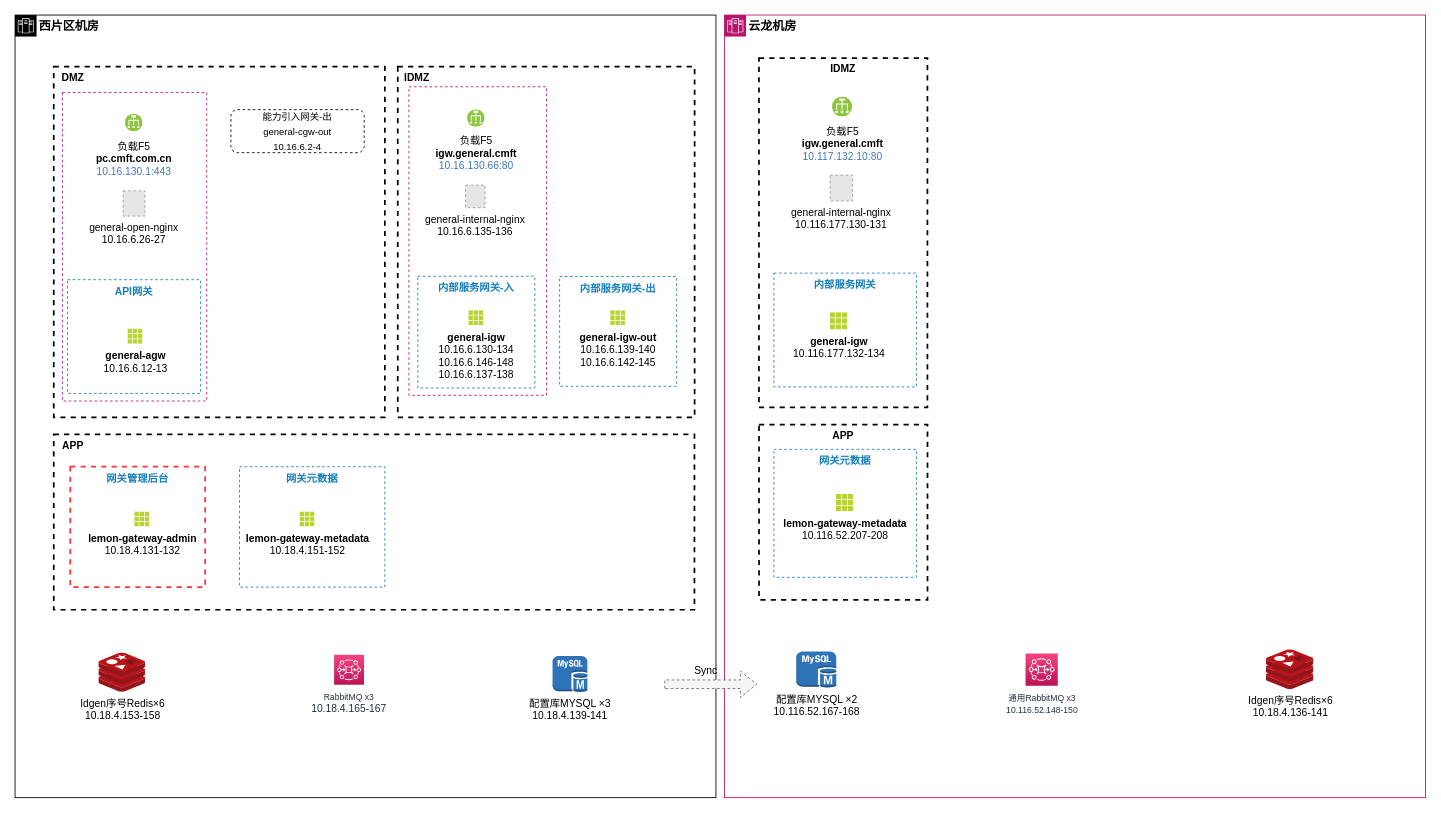
Earlier version of the draw.io diagram page "现状部署图" (1 of 2) of drawio/通用中台网关现状.drawio (hezhuma/image-repo). Source tidied: cells renumbered, new cells numbered last; positions are measured from the earlier drawing's top-left corner, leaving out a move shared by most shapes. Both pictures are drawn from the tidied source at 86%, with x=0, y=0 at pixel (15, 15). Pictures stored in the file or linked from it are replaced by grey dashed boxes.
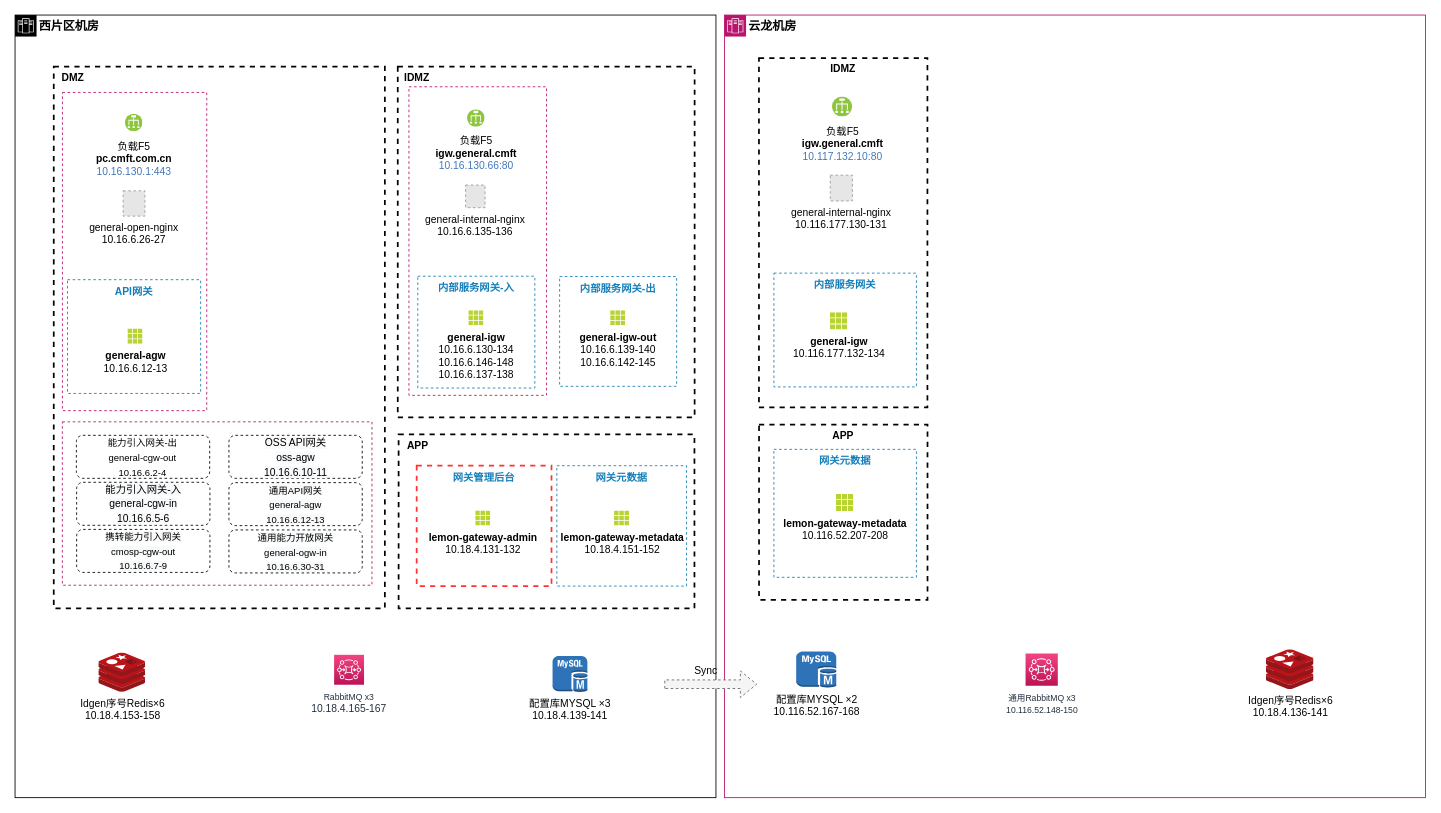
The same diagram, later.

Unchanged cells that the change refers to:
```xml
<mxCell id="2" value="&lt;b&gt;西片区机房&lt;/b&gt;" style="shape=mxgraph.ibm.box;prType=zone;fontStyle=0;verticalAlign=top;align=left;spacingLeft=32;spacingTop=4;rounded=0;whiteSpace=wrap;html=1;strokeWidth=1;dashed=0;spacing=-4;fontSize=14;" parent="1" vertex="1">
  <mxGeometry width="815" height="910" as="geometry" />
</mxCell>
```

Change to the diagram source:
```diff
@@
+    <mxCell id="10" style="fillColor=none;strokeColor=#000000;dashed=1;verticalAlign=top;fontStyle=1;fontColor=#000000;strokeWidth=2;" parent="2" vertex="1">
+      <mxGeometry x="446" y="487.7" width="344" height="202.3" as="geometry" />
+    </mxCell>
+    <mxCell id="18" value="网关元数据" style="fillColor=none;strokeColor=#147EBA;dashed=1;verticalAlign=top;fontStyle=1;fontColor=#147EBA;" parent="2" vertex="1">
+      <mxGeometry x="630" y="524" width="150.8" height="140" as="geometry" />
+    </mxCell>
+    <mxCell id="19" value="网关管理后台" style="fillColor=none;strokeColor=#FF3333;dashed=1;verticalAlign=top;fontStyle=1;fontColor=#147EBA;strokeWidth=2;" parent="2" vertex="1">
+      <mxGeometry x="467" y="524" width="156.8" height="140" as="geometry" />
+    </mxCell>
@@
     <mxCell id="5" style="fillColor=none;strokeColor=#000000;dashed=1;verticalAlign=top;fontStyle=1;fontColor=#000000;strokeWidth=2;" parent="2" vertex="1">
-      <mxGeometry x="45" y="60" width="385" height="407.7" as="geometry" />
+      <mxGeometry x="45" y="60" width="385" height="630" as="geometry" />
     </mxCell>
@@
-    <mxCell id="10" style="fillColor=none;strokeColor=#000000;dashed=1;verticalAlign=top;fontStyle=1;fontColor=#000000;strokeWidth=2;" parent="2" vertex="1">
-      <mxGeometry x="45" y="487.7" width="745" height="203.8" as="geometry" />
-    </mxCell>
     <mxCell id="11" value="&lt;b&gt;APP&lt;/b&gt;" style="text;html=1;strokeColor=none;fillColor=none;align=center;verticalAlign=middle;whiteSpace=wrap;rounded=0;" parent="2" vertex="1">
-      <mxGeometry x="45" y="487.7" width="44.8" height="26.2" as="geometry" />
+      <mxGeometry x="446" y="487.7" width="44.8" height="26.2" as="geometry" />
     </mxCell>
@@
     <mxCell id="16" value="&lt;b&gt;lemon-gateway-metadata&lt;/b&gt;&lt;br&gt;10.18.4.151-152" style="html=1;align=center;image;fontSize=12;image=img/lib/mscae/Grid3x3.svg;dashed=1;strokeColor=#3399FF;strokeWidth=2;" parent="2" vertex="1">
-      <mxGeometry x="331.2" y="577.7" width="17.5" height="17.5" as="geometry" />
+      <mxGeometry x="697" y="576.5" width="17.5" height="17.5" as="geometry" />
     </mxCell>
     <mxCell id="17" value="&lt;b&gt;lemon-gateway-admin&lt;/b&gt;&lt;br&gt;10.18.4.131-132" style="html=1;align=center;image;fontSize=12;image=img/lib/mscae/Grid3x3.svg;dashed=1;strokeColor=#3399FF;strokeWidth=2;" parent="2" vertex="1">
-      <mxGeometry x="139.1" y="577.7" width="17.5" height="17.5" as="geometry" />
+      <mxGeometry x="535.6" y="576.5" width="17.5" height="17.5" as="geometry" />
     </mxCell>
-    <mxCell id="18" value="网关元数据" style="fillColor=none;strokeColor=#147EBA;dashed=1;verticalAlign=top;fontStyle=1;fontColor=#147EBA;" parent="2" vertex="1">
-      <mxGeometry x="261" y="525.2" width="169" height="140" as="geometry" />
-    </mxCell>
-    <mxCell id="19" value="网关管理后台" style="fillColor=none;strokeColor=#FF3333;dashed=1;verticalAlign=top;fontStyle=1;fontColor=#147EBA;strokeWidth=2;" parent="2" vertex="1">
-      <mxGeometry x="64.2" y="525.2" width="156.8" height="140" as="geometry" />
-    </mxCell>
@@
     <mxCell id="27" style="fillColor=none;strokeColor=#b9136c;dashed=1;verticalAlign=top;fontStyle=1;fontColor=#147EBA;" parent="2" vertex="1">
-      <mxGeometry x="55.1" y="90" width="167.8" height="358.8" as="geometry" />
+      <mxGeometry x="55.1" y="90" width="167.8" height="370" as="geometry" />
     </mxCell>
     <mxCell id="28" value="&lt;font style=&quot;font-size: 11px;&quot;&gt;&lt;font style=&quot;font-size: 11px;&quot; color=&quot;#000000&quot;&gt;能力引入网关-出&lt;/font&gt;&lt;font style=&quot;font-size: 11px;&quot; color=&quot;#232f3e&quot;&gt;&lt;br style=&quot;font-size: 11px;&quot;&gt;&lt;/font&gt;&lt;font style=&quot;font-size: 11px;&quot; color=&quot;#000000&quot;&gt;general-cgw-out&lt;br style=&quot;font-size: 11px;&quot;&gt;&lt;/font&gt;&lt;font style=&quot;font-size: 11px;&quot; color=&quot;#000000&quot;&gt;10.16.6.2-4&lt;/font&gt;&lt;/font&gt;&lt;font color=&quot;#000000&quot;&gt;&lt;br&gt;&lt;/font&gt;" style="rounded=1;whiteSpace=wrap;html=1;strokeColor=#000000;fontSize=14;fontColor=#3333FF;dashed=1;" parent="2" vertex="1">
-      <mxGeometry x="251" y="110" width="155" height="50" as="geometry" />
+      <mxGeometry x="71.3" y="488.7" width="155" height="50" as="geometry" />
     </mxCell>
+    <mxCell id="45" value="&lt;font style=&quot;font-size: 12px;&quot;&gt;&lt;font style=&quot;background-color: rgb(248, 249, 250); font-size: 12px;&quot; color=&quot;#000000&quot;&gt;能力引入网关-入&lt;/font&gt;&lt;font style=&quot;background-color: rgb(248, 249, 250); font-size: 12px;&quot; color=&quot;#232f3e&quot;&gt;&lt;br&gt;&lt;/font&gt;&lt;font style=&quot;background-color: rgb(248, 249, 250); font-size: 12px;&quot; color=&quot;#000000&quot;&gt;general-cgw-in&lt;br&gt;&lt;/font&gt;&lt;font style=&quot;background-color: rgb(248, 249, 250); font-size: 12px;&quot; color=&quot;#000000&quot;&gt;10.16.6.5-6&lt;/font&gt;&lt;/font&gt;&lt;font color=&quot;#000000&quot;&gt;&lt;br&gt;&lt;/font&gt;" style="rounded=1;whiteSpace=wrap;html=1;strokeColor=#000000;fontSize=14;fontColor=#3333FF;dashed=1;" parent="2" vertex="1">
+      <mxGeometry x="71.6" y="543.3" width="155" height="50" as="geometry" />
+    </mxCell>
+    <mxCell id="46" value="&lt;font style=&quot;font-size: 11px;&quot;&gt;&lt;font style=&quot;background-color: rgb(248, 249, 250); font-size: 11px;&quot; color=&quot;#000000&quot;&gt;携转能力引入网关&lt;/font&gt;&lt;br style=&quot;background-color: rgb(248, 249, 250); font-size: 11px;&quot;&gt;&lt;font style=&quot;background-color: rgb(248, 249, 250); font-size: 11px;&quot; color=&quot;#000000&quot;&gt;cmosp-cgw-out&lt;br style=&quot;font-size: 11px;&quot;&gt;&lt;/font&gt;&lt;font style=&quot;background-color: rgb(248, 249, 250); font-size: 11px;&quot; color=&quot;#000000&quot;&gt;10.16.6.7-9&lt;/font&gt;&lt;/font&gt;&lt;font color=&quot;#000000&quot;&gt;&lt;br&gt;&lt;/font&gt;" style="rounded=1;whiteSpace=wrap;html=1;strokeColor=#000000;fontSize=14;fontColor=#3333FF;dashed=1;" parent="2" vertex="1">
+      <mxGeometry x="71.6" y="598.1" width="155" height="50" as="geometry" />
+    </mxCell>
+    <mxCell id="47" value="&lt;font style=&quot;font-size: 12px;&quot;&gt;&lt;font style=&quot;background-color: rgb(248, 249, 250); font-size: 12px;&quot; color=&quot;#000000&quot;&gt;OSS API网关&lt;/font&gt;&lt;br style=&quot;background-color: rgb(248, 249, 250);&quot;&gt;&lt;font style=&quot;background-color: rgb(248, 249, 250); font-size: 12px;&quot; color=&quot;#000000&quot;&gt;oss-agw&lt;br&gt;&lt;/font&gt;&lt;font style=&quot;background-color: rgb(248, 249, 250); font-size: 12px;&quot; color=&quot;#000000&quot;&gt;10.16.6.10-11&lt;/font&gt;&lt;/font&gt;&lt;font color=&quot;#000000&quot;&gt;&lt;br&gt;&lt;/font&gt;" style="rounded=1;whiteSpace=wrap;html=1;strokeColor=#000000;fontSize=14;fontColor=#3333FF;dashed=1;" parent="2" vertex="1">
+      <mxGeometry x="248.7" y="488.7" width="155" height="50" as="geometry" />
+    </mxCell>
+    <mxCell id="48" value="&lt;font style=&quot;font-size: 11px;&quot;&gt;&lt;font style=&quot;background-color: rgb(248, 249, 250); font-size: 11px;&quot; color=&quot;#000000&quot;&gt;通用API网关&lt;/font&gt;&lt;br style=&quot;background-color: rgb(248, 249, 250); font-size: 11px;&quot;&gt;&lt;font style=&quot;background-color: rgb(248, 249, 250); font-size: 11px;&quot; color=&quot;#000000&quot;&gt;general-agw&lt;br style=&quot;font-size: 11px;&quot;&gt;&lt;/font&gt;&lt;font style=&quot;background-color: rgb(248, 249, 250); font-size: 11px;&quot; color=&quot;#000000&quot;&gt;10.16.6.12-13&lt;/font&gt;&lt;/font&gt;&lt;font color=&quot;#000000&quot;&gt;&lt;br&gt;&lt;/font&gt;" style="rounded=1;whiteSpace=wrap;html=1;strokeColor=#000000;fontSize=14;fontColor=#3333FF;dashed=1;" parent="2" vertex="1">
+      <mxGeometry x="248.7" y="543.7" width="155" height="50" as="geometry" />
+    </mxCell>
+    <mxCell id="49" value="&lt;font style=&quot;font-size: 11px;&quot;&gt;&lt;font style=&quot;background-color: rgb(248, 249, 250); font-size: 11px;&quot; color=&quot;#000000&quot;&gt;通用能力开放网关&lt;/font&gt;&lt;br style=&quot;background-color: rgb(248, 249, 250); font-size: 11px;&quot;&gt;&lt;font style=&quot;background-color: rgb(248, 249, 250); font-size: 11px;&quot; color=&quot;#000000&quot;&gt;general-ogw-in&lt;br style=&quot;font-size: 11px;&quot;&gt;&lt;/font&gt;&lt;font style=&quot;background-color: rgb(248, 249, 250); font-size: 11px;&quot; color=&quot;#000000&quot;&gt;10.16.6.30-31&lt;/font&gt;&lt;/font&gt;&lt;font color=&quot;#000000&quot;&gt;&lt;br&gt;&lt;/font&gt;" style="rounded=1;whiteSpace=wrap;html=1;strokeColor=#000000;fontSize=14;fontColor=#3333FF;dashed=1;" parent="2" vertex="1">
+      <mxGeometry x="248.7" y="598.7" width="155" height="50" as="geometry" />
+    </mxCell>
@@
+    <mxCell id="50" style="fillColor=none;strokeColor=#b9136c;dashed=1;verticalAlign=top;fontStyle=1;fontColor=#147EBA;" parent="1" vertex="1">
+      <mxGeometry x="55" y="473" width="360" height="190" as="geometry" />
+    </mxCell>
```
